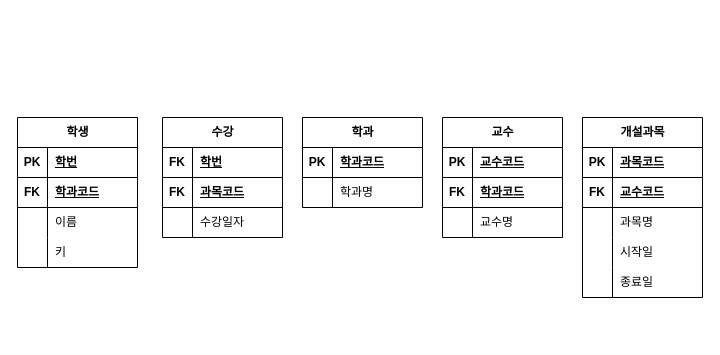
This is page "학사관리TABLE" (2 of 2) of erd/haksa.drawio from yongsky1025/database, a draw.io file, before an edit. Source tidied: cells renumbered, new cells numbered last; positions are measured from the earlier drawing's top-left corner, leaving out a move shared by most shapes. Both pictures are drawn from the tidied source at 100%, with x=0, y=0 at pixel (17, 117).
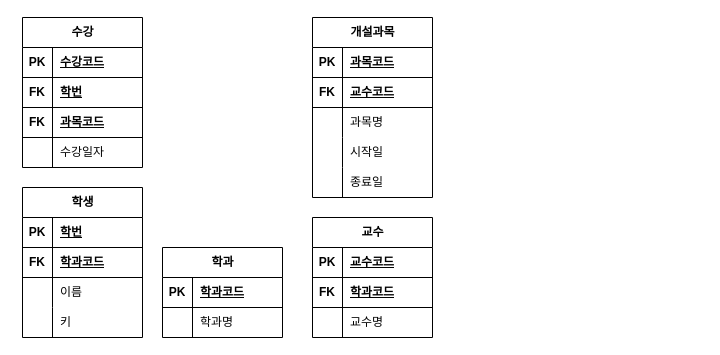
The same diagram, later.

Change to the diagram source:
```diff
@@
     <mxCell id="2" value="학생" style="shape=table;startSize=30;childLayout=tableLayout;rowLines=0;fontStyle=1;align=center;html=1;" parent="1" vertex="1">
-      <mxGeometry width="120" height="150" as="geometry" />
+      <mxGeometry x="5" y="70" width="120" height="150" as="geometry" />
     </mxCell>
@@
     <mxCell id="15" value="학과" style="shape=table;startSize=30;childLayout=tableLayout;rowLines=0;fontStyle=1;align=center;html=1;" parent="1" vertex="1">
-      <mxGeometry x="285" width="120" height="90" as="geometry" />
+      <mxGeometry x="145" y="130" width="120" height="90" as="geometry" />
     </mxCell>
@@
     <mxCell id="22" value="교수" style="shape=table;startSize=30;childLayout=tableLayout;rowLines=0;fontStyle=1;align=center;html=1;" parent="1" vertex="1">
-      <mxGeometry x="425" width="120" height="120" as="geometry" />
+      <mxGeometry x="295" y="100" width="120" height="120" as="geometry" />
     </mxCell>
@@
     <mxCell id="32" value="개설과목" style="shape=table;startSize=30;childLayout=tableLayout;rowLines=0;fontStyle=1;align=center;html=1;" parent="1" vertex="1">
-      <mxGeometry x="565" width="120" height="180" as="geometry" />
+      <mxGeometry x="295" y="-100" width="120" height="180" as="geometry" />
     </mxCell>
@@
     <mxCell id="48" value="수강" style="shape=table;startSize=30;childLayout=tableLayout;rowLines=0;fontStyle=1;align=center;html=1;" parent="1" vertex="1">
-      <mxGeometry x="145" width="120" height="120" as="geometry" />
+      <mxGeometry x="5" y="-100" width="120" height="150" as="geometry" />
     </mxCell>
+    <mxCell id="58" style="shape=tableRow;horizontal=0;startSize=0;swimlaneHead=0;swimlaneBody=0;fillColor=none;top=0;left=0;right=0;bottom=1;" parent="48" vertex="1">
+      <mxGeometry y="30" width="120" height="30" as="geometry" />
+    </mxCell>
+    <mxCell id="59" value="PK" style="shape=partialRectangle;fillColor=none;top=0;left=0;bottom=0;right=0;fontStyle=1;overflow=hidden;whiteSpace=wrap;html=1;" parent="58" vertex="1">
+      <mxGeometry width="30" height="30" as="geometry" />
+    </mxCell>
+    <mxCell id="60" value="수강코드" style="shape=partialRectangle;fillColor=none;top=0;left=0;bottom=0;right=0;align=left;spacingLeft=6;fontStyle=5;overflow=hidden;whiteSpace=wrap;html=1;" parent="58" vertex="1">
+      <mxGeometry x="30" width="90" height="30" as="geometry" />
+    </mxCell>
     <mxCell id="49" style="shape=tableRow;horizontal=0;startSize=0;swimlaneHead=0;swimlaneBody=0;fillColor=none;top=0;left=0;right=0;bottom=1;" parent="48" vertex="1">
-      <mxGeometry y="30" width="120" height="30" as="geometry" />
+      <mxGeometry y="60" width="120" height="30" as="geometry" />
     </mxCell>
@@
     <mxCell id="52" style="shape=tableRow;horizontal=0;startSize=0;swimlaneHead=0;swimlaneBody=0;fillColor=none;top=0;left=0;right=0;bottom=1;" parent="48" vertex="1">
-      <mxGeometry y="60" width="120" height="30" as="geometry" />
+      <mxGeometry y="90" width="120" height="30" as="geometry" />
     </mxCell>
@@
     <mxCell id="55" style="shape=tableRow;horizontal=0;startSize=0;swimlaneHead=0;swimlaneBody=0;fillColor=none;top=0;left=0;right=0;bottom=0;" parent="48" vertex="1">
-      <mxGeometry y="90" width="120" height="30" as="geometry" />
+      <mxGeometry y="120" width="120" height="30" as="geometry" />
     </mxCell>
```
